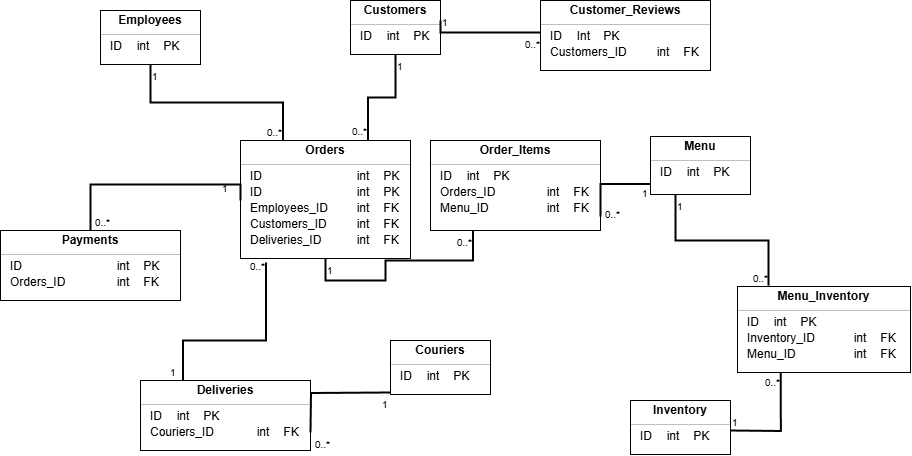
The draw.io diagram DB_HW_Sushi.drawio.png in tautvydasVaiciunas/drawIO, before a commit. Source tidied: cells renumbered, new cells last; positions are measured from the earlier drawing's top-left corner, leaving out a move shared by most shapes.
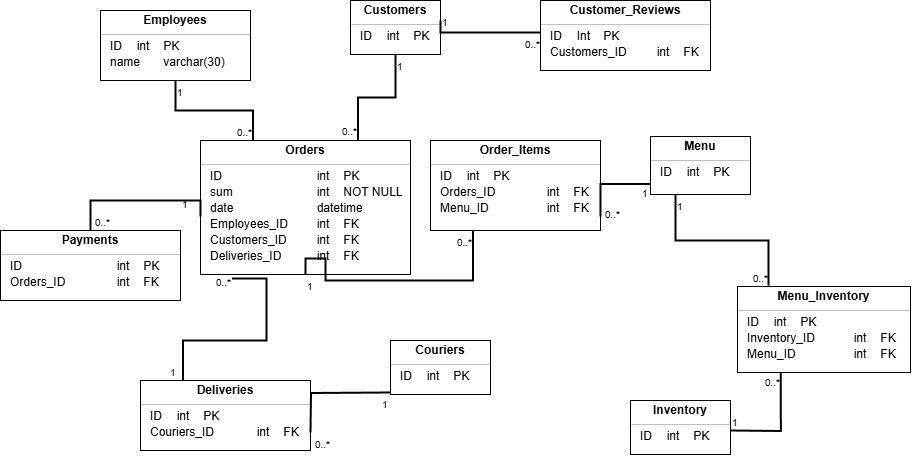
The same diagram one commit later.

Diff of the diagram source:
```diff
@@ -3,31 +3,34 @@
     <mxCell id="0" />
     <mxCell id="1" parent="0" />
     <mxCell id="2" style="fontStyle=1;align=center;verticalAlign=middle;horizontal=1;" parent="1" vertex="1">
-      <mxGeometry x="240" y="140" width="170" height="118" as="geometry" />
+      <mxGeometry x="200" y="140" width="210" height="134" as="geometry" />
     </mxCell>
     <mxCell id="3" value="Orders" style="html=1;align=center;spacing=0;verticalAlign=middle;strokeColor=none;fillColor=none;whiteSpace=wrap;fontStyle=1;" parent="2" vertex="1">
-      <mxGeometry width="170" height="20" as="geometry" />
+      <mxGeometry width="210" height="20" as="geometry" />
     </mxCell>
     <mxCell id="4" style="line;strokeWidth=0.25;fillColor=none;align=left;verticalAlign=middle;spacingTop=-1;spacingLeft=3;spacingRight=3;labelPosition=right;" parent="2" vertex="1">
-      <mxGeometry y="20" width="170" height="8" as="geometry" />
+      <mxGeometry y="20" width="210" height="8" as="geometry" />
     </mxCell>
     <mxCell id="5" value="ID&lt;span style=&quot;white-space: pre;&quot;&gt;&#9;&lt;/span&gt;&lt;span style=&quot;white-space: pre;&quot;&gt;&#9;&lt;/span&gt;&lt;span style=&quot;white-space: pre;&quot;&gt;&#9;&lt;/span&gt;&lt;span style=&quot;white-space: pre;&quot;&gt;&#9;&lt;/span&gt;int&lt;span style=&quot;white-space: pre;&quot;&gt;&#9;&lt;/span&gt;PK" style="html=1;align=left;spacing=0;spacingLeft=10;verticalAlign=middle;strokeColor=none;fillColor=none;whiteSpace=wrap;" parent="2" vertex="1">
-      <mxGeometry y="28" width="170" height="16" as="geometry" />
+      <mxGeometry y="28" width="210" height="16" as="geometry" />
     </mxCell>
-    <mxCell id="6" value="ID&lt;span style=&quot;white-space: pre;&quot;&gt;&#9;&lt;/span&gt;&lt;span style=&quot;white-space: pre;&quot;&gt;&#9;&lt;/span&gt;&lt;span style=&quot;white-space: pre;&quot;&gt;&#9;&lt;/span&gt;&lt;span style=&quot;white-space: pre;&quot;&gt;&#9;&lt;/span&gt;int&lt;span style=&quot;white-space: pre;&quot;&gt;&#9;&lt;/span&gt;PK" style="html=1;align=left;spacing=0;spacingLeft=10;verticalAlign=middle;strokeColor=none;fillColor=none;whiteSpace=wrap;" parent="2" vertex="1">
-      <mxGeometry y="44" width="170" height="16" as="geometry" />
+    <mxCell id="6" value="sum&lt;span style=&quot;white-space: pre;&quot;&gt;&#9;&lt;/span&gt;&lt;span style=&quot;white-space: pre;&quot;&gt;&#9;&lt;/span&gt;&lt;span style=&quot;white-space: pre;&quot;&gt;&#9;&lt;/span&gt;&lt;span style=&quot;white-space: pre;&quot;&gt;&#9;&lt;/span&gt;int&lt;span style=&quot;white-space: pre;&quot;&gt;&#9;&lt;/span&gt;NOT NULL" style="html=1;align=left;spacing=0;spacingLeft=10;verticalAlign=middle;strokeColor=none;fillColor=none;whiteSpace=wrap;" parent="2" vertex="1">
+      <mxGeometry y="44" width="210" height="16" as="geometry" />
     </mxCell>
+    <mxCell id="98" value="date&lt;span style=&quot;white-space: pre;&quot;&gt;&#9;&lt;/span&gt;&lt;span style=&quot;white-space: pre;&quot;&gt;&#9;&lt;/span&gt;&lt;span style=&quot;white-space: pre;&quot;&gt;&#9;&lt;/span&gt;&lt;span style=&quot;white-space: pre;&quot;&gt;&#9;&lt;/span&gt;datetime" style="html=1;align=left;spacing=0;spacingLeft=10;verticalAlign=middle;strokeColor=none;fillColor=none;whiteSpace=wrap;" parent="2" vertex="1">
+      <mxGeometry y="60" width="210" height="16" as="geometry" />
+    </mxCell>
     <mxCell id="7" value="Employees_ID&lt;span style=&quot;white-space: pre;&quot;&gt;&#9;&lt;span style=&quot;white-space: pre;&quot;&gt;&#9;&lt;/span&gt;int&lt;span style=&quot;white-space: pre;&quot;&gt;&#9;&lt;/span&gt;FK&lt;/span&gt;&lt;span style=&quot;white-space: pre;&quot;&gt;&#9;&lt;/span&gt;" style="html=1;align=left;spacing=0;spacingLeft=10;verticalAlign=middle;strokeColor=none;fillColor=none;whiteSpace=wrap;" parent="2" vertex="1">
-      <mxGeometry y="60" width="170" height="16" as="geometry" />
+      <mxGeometry y="76" width="210" height="16" as="geometry" />
     </mxCell>
     <mxCell id="8" value="Customers_ID&lt;span style=&quot;white-space: pre;&quot;&gt;&#9;&lt;span style=&quot;white-space: pre;&quot;&gt;&#9;&lt;/span&gt;int&lt;span style=&quot;white-space: pre;&quot;&gt;&#9;&lt;/span&gt;FK&lt;/span&gt;&lt;span style=&quot;white-space: pre;&quot;&gt;&#9;&lt;/span&gt;" style="html=1;align=left;spacing=0;spacingLeft=10;verticalAlign=middle;strokeColor=none;fillColor=none;whiteSpace=wrap;" parent="2" vertex="1">
-      <mxGeometry y="76" width="170" height="16" as="geometry" />
+      <mxGeometry y="92" width="210" height="16" as="geometry" />
     </mxCell>
     <mxCell id="9" value="Deliveries_ID&lt;span style=&quot;white-space: pre;&quot;&gt;&#9;&lt;span style=&quot;white-space: pre;&quot;&gt;&#9;&lt;/span&gt;int&lt;span style=&quot;white-space: pre;&quot;&gt;&#9;&lt;/span&gt;FK&lt;/span&gt;&lt;span style=&quot;white-space: pre;&quot;&gt;&#9;&lt;/span&gt;" style="html=1;align=left;spacing=0;spacingLeft=10;verticalAlign=middle;strokeColor=none;fillColor=none;whiteSpace=wrap;" parent="2" vertex="1">
-      <mxGeometry y="92" width="170" height="16" as="geometry" />
+      <mxGeometry y="108" width="210" height="16" as="geometry" />
     </mxCell>
     <mxCell id="10" style="html=1;align=left;spacing=0;spacingLeft=10;verticalAlign=middle;strokeColor=none;fillColor=none;whiteSpace=wrap;" parent="2" vertex="1">
-      <mxGeometry y="108" width="170" height="10" as="geometry" />
+      <mxGeometry y="124" width="210" height="10" as="geometry" />
     </mxCell>
     <mxCell id="11" style="fontStyle=1;align=center;verticalAlign=middle;horizontal=1;" parent="1" vertex="1">
       <mxGeometry x="390" y="340" width="100" height="54" as="geometry" />
@@ -45,19 +48,22 @@
       <mxGeometry y="44" width="100" height="10" as="geometry" />
     </mxCell>
     <mxCell id="16" style="fontStyle=1;align=center;verticalAlign=middle;horizontal=1;" parent="1" vertex="1">
-      <mxGeometry x="100" y="10" width="100" height="54" as="geometry" />
+      <mxGeometry x="100" y="10" width="150" height="70" as="geometry" />
     </mxCell>
     <mxCell id="17" value="&lt;strong&gt;Employees&lt;/strong&gt;" style="html=1;align=center;spacing=0;verticalAlign=middle;strokeColor=none;fillColor=none;whiteSpace=wrap;fontStyle=1;" parent="16" vertex="1">
-      <mxGeometry width="100" height="20" as="geometry" />
+      <mxGeometry width="150" height="20" as="geometry" />
     </mxCell>
     <mxCell id="18" style="line;strokeWidth=0.25;fillColor=none;align=left;verticalAlign=middle;spacingTop=-1;spacingLeft=3;spacingRight=3;labelPosition=right;" parent="16" vertex="1">
-      <mxGeometry y="20" width="100" height="8" as="geometry" />
+      <mxGeometry y="20" width="150" height="8" as="geometry" />
     </mxCell>
+    <mxCell id="99" value="ID&lt;span style=&quot;white-space: pre;&quot;&gt;&#9;&lt;/span&gt;int&lt;span style=&quot;white-space: pre;&quot;&gt;&#9;&lt;/span&gt;PK" style="html=1;align=left;spacing=0;spacingLeft=10;verticalAlign=middle;strokeColor=none;fillColor=none;whiteSpace=wrap;" parent="16" vertex="1">
+      <mxGeometry y="28" width="150" height="16" as="geometry" />
+    </mxCell>
-    <mxCell id="19" value="ID&lt;span style=&quot;white-space: pre;&quot;&gt;&#9;&lt;/span&gt;int&lt;span style=&quot;white-space: pre;&quot;&gt;&#9;&lt;/span&gt;PK" style="html=1;align=left;spacing=0;spacingLeft=10;verticalAlign=middle;strokeColor=none;fillColor=none;whiteSpace=wrap;" parent="16" vertex="1">
-      <mxGeometry y="28" width="100" height="16" as="geometry" />
+    <mxCell id="19" value="name&lt;span style=&quot;white-space: pre;&quot;&gt;&#9;&lt;/span&gt;varchar(30)" style="html=1;align=left;spacing=0;spacingLeft=10;verticalAlign=middle;strokeColor=none;fillColor=none;whiteSpace=wrap;" parent="16" vertex="1">
+      <mxGeometry y="44" width="150" height="16" as="geometry" />
     </mxCell>
     <mxCell id="20" style="html=1;align=left;spacing=0;spacingLeft=10;verticalAlign=middle;strokeColor=none;fillColor=none;whiteSpace=wrap;" parent="16" vertex="1">
-      <mxGeometry y="44" width="100" height="10" as="geometry" />
+      <mxGeometry y="60" width="150" height="10" as="geometry" />
     </mxCell>
     <mxCell id="21" style="fontStyle=1;align=center;verticalAlign=middle;horizontal=1;" parent="1" vertex="1">
       <mxGeometry x="350" width="90" height="54" as="geometry" />
@@ -193,10 +199,9 @@
     <mxCell id="64" style="verticalAlign=bottom;html=1;endArrow=none;edgeStyle=orthogonalEdgeStyle;strokeWidth=2;rounded=0;exitX=0.5;exitY=1;exitDx=0;exitDy=0;entryX=0.25;entryY=1;entryDx=0;entryDy=0;" parent="1" edge="1" source="10" target="63">
       <mxGeometry relative="1" as="geometry">
         <Array as="points">
+          <mxPoint x="325" y="258" />
           <mxPoint x="325" y="280" />
-          <mxPoint x="385" y="280" />
-          <mxPoint x="385" y="260" />
-          <mxPoint x="472" y="260" />
+          <mxPoint x="473" y="280" />
         </Array>
       </mxGeometry>
     </mxCell>
@@ -222,7 +227,7 @@
     <mxCell id="70" style="verticalAlign=bottom;html=1;endArrow=none;edgeStyle=orthogonalEdgeStyle;strokeWidth=2;rounded=0;exitX=0;exitY=0;exitDx=0;exitDy=0;entryX=0.5;entryY=0;entryDx=0;entryDy=0;" parent="1" edge="1" source="7" target="27">
       <mxGeometry relative="1" as="geometry">
         <Array as="points">
-          <mxPoint x="90" y="184" />
+          <mxPoint x="90" y="200" />
         </Array>
       </mxGeometry>
     </mxCell>
```
